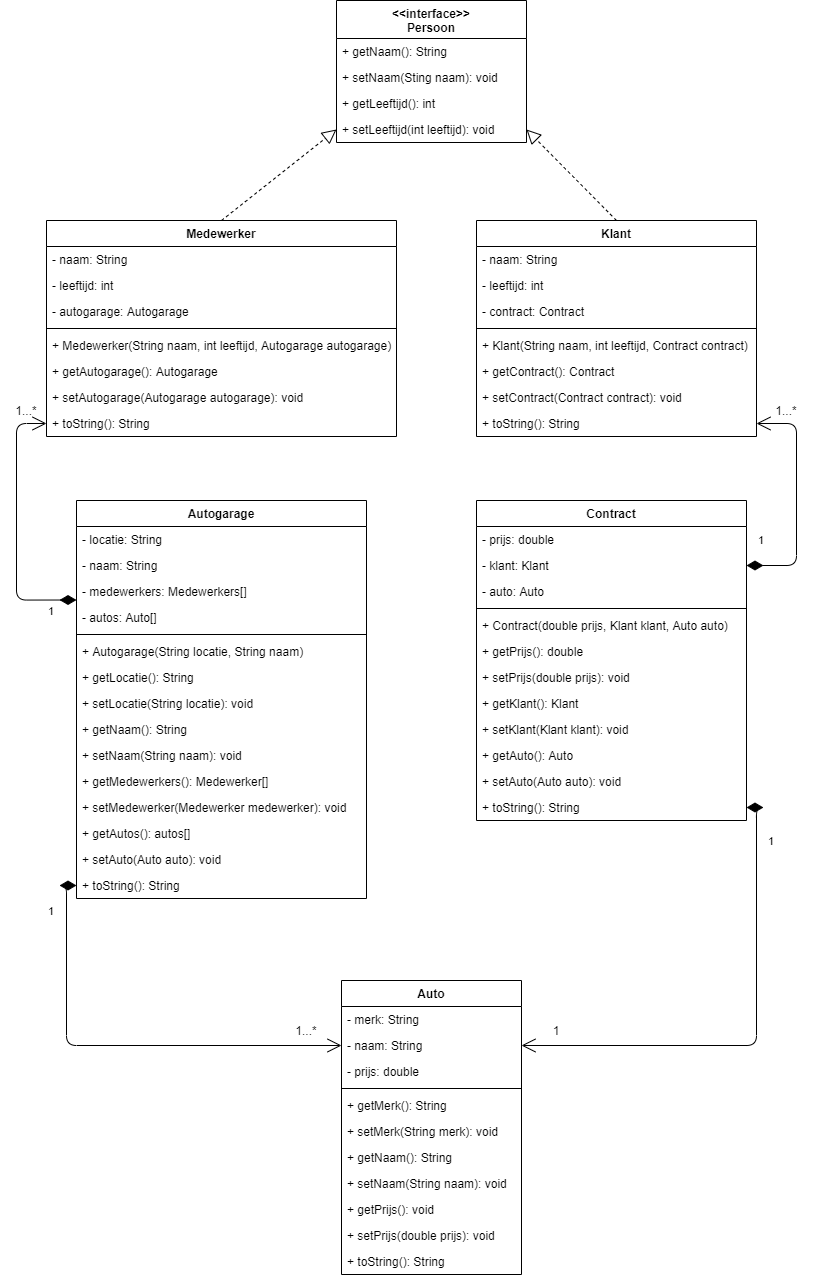
The draw.io diagram DD&I.png in obayy/Adaptive-Programming, before a commit. Source tidied: cells renumbered, new cells last; positions are measured from the earlier drawing's top-left corner, leaving out a move shared by most shapes.
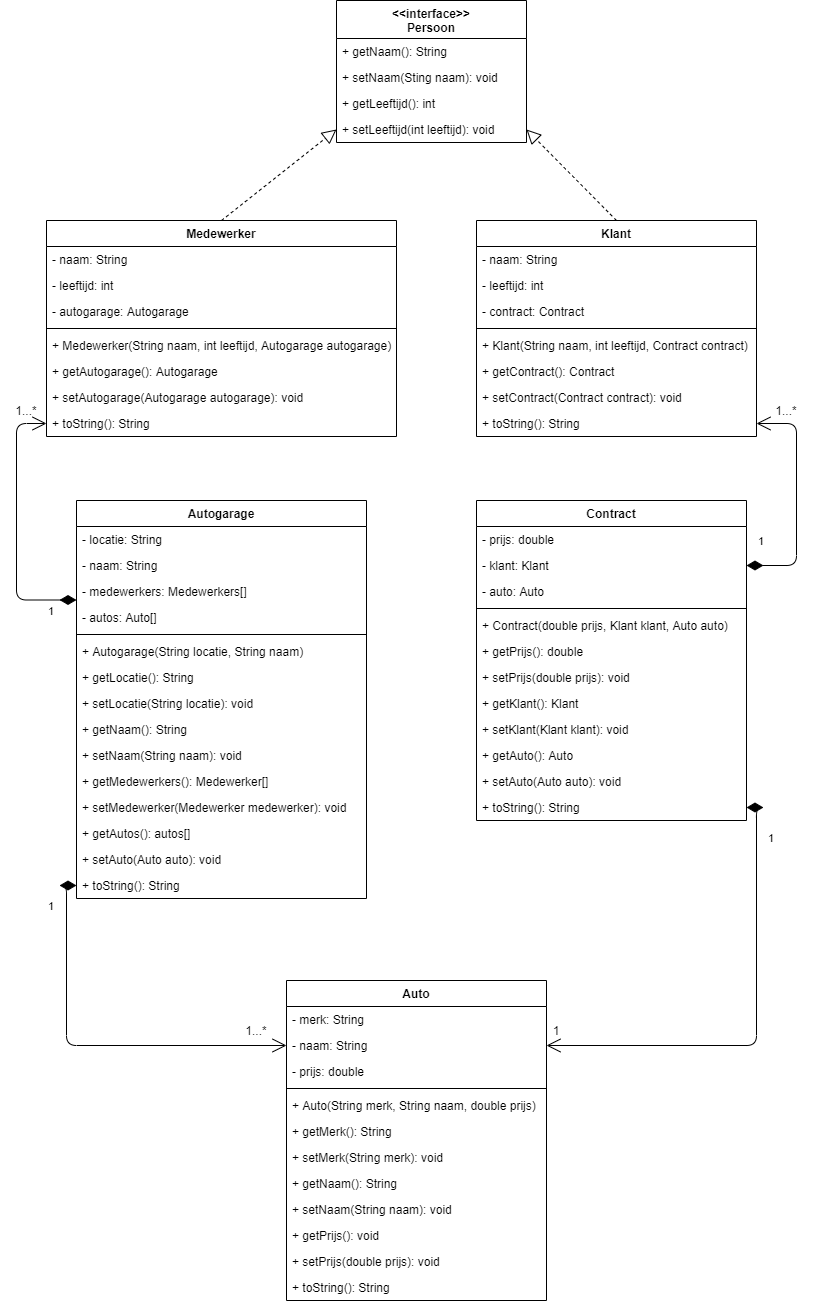
The same file after the commit.

Change to the diagram source:
```diff
@@ -165,40 +165,43 @@
       <mxGeometry y="294" width="270" height="26" as="geometry" />
     </mxCell>
     <mxCell id="56" value="Auto" style="swimlane;fontStyle=1;align=center;verticalAlign=top;horizontal=1;startSize=26;" parent="1" vertex="1">
-      <mxGeometry x="335" y="980" width="180" height="294" as="geometry" />
+      <mxGeometry x="280" y="980" width="260" height="320" as="geometry" />
     </mxCell>
     <mxCell id="57" value="- merk: String" style="text;strokeColor=none;fillColor=none;align=left;verticalAlign=top;spacingLeft=4;spacingRight=4;overflow=hidden;" parent="56" vertex="1">
-      <mxGeometry y="26" width="180" height="26" as="geometry" />
+      <mxGeometry y="26" width="260" height="26" as="geometry" />
     </mxCell>
     <mxCell id="58" value="- naam: String" style="text;strokeColor=none;fillColor=none;align=left;verticalAlign=top;spacingLeft=4;spacingRight=4;overflow=hidden;points=[[0,0.5],[1,0.5]];portConstraint=eastwest;" parent="56" vertex="1">
-      <mxGeometry y="52" width="180" height="26" as="geometry" />
+      <mxGeometry y="52" width="260" height="26" as="geometry" />
     </mxCell>
     <mxCell id="59" value="- prijs: double" style="text;strokeColor=none;fillColor=none;align=left;verticalAlign=top;spacingLeft=4;spacingRight=4;overflow=hidden;" parent="56" vertex="1">
-      <mxGeometry y="78" width="180" height="26" as="geometry" />
+      <mxGeometry y="78" width="260" height="26" as="geometry" />
     </mxCell>
     <mxCell id="60" style="line;strokeWidth=1;fillColor=none;align=left;verticalAlign=middle;spacingTop=-1;spacingLeft=3;spacingRight=3;labelPosition=right;" parent="56" vertex="1">
-      <mxGeometry y="104" width="180" height="8" as="geometry" />
+      <mxGeometry y="104" width="260" height="8" as="geometry" />
     </mxCell>
-    <mxCell id="61" value="+ getMerk(): String" style="text;strokeColor=none;fillColor=none;align=left;verticalAlign=top;spacingLeft=4;spacingRight=4;overflow=hidden;" parent="56" vertex="1">
-      <mxGeometry y="112" width="180" height="26" as="geometry" />
+    <mxCell id="61" value="+ Auto(String merk, String naam, double prijs)" style="text;strokeColor=none;fillColor=none;align=left;verticalAlign=top;spacingLeft=4;spacingRight=4;overflow=hidden;" parent="56" vertex="1">
+      <mxGeometry y="112" width="260" height="26" as="geometry" />
     </mxCell>
+    <mxCell id="76" value="+ getMerk(): String" style="text;strokeColor=none;fillColor=none;align=left;verticalAlign=top;spacingLeft=4;spacingRight=4;overflow=hidden;" parent="56" vertex="1">
+      <mxGeometry y="138" width="260" height="26" as="geometry" />
+    </mxCell>
     <mxCell id="62" value="+ setMerk(String merk): void" style="text;strokeColor=none;fillColor=none;align=left;verticalAlign=top;spacingLeft=4;spacingRight=4;overflow=hidden;" parent="56" vertex="1">
-      <mxGeometry y="138" width="180" height="26" as="geometry" />
+      <mxGeometry y="164" width="260" height="26" as="geometry" />
     </mxCell>
     <mxCell id="63" value="+ getNaam(): String" style="text;strokeColor=none;fillColor=none;align=left;verticalAlign=top;spacingLeft=4;spacingRight=4;overflow=hidden;" parent="56" vertex="1">
-      <mxGeometry y="164" width="180" height="26" as="geometry" />
+      <mxGeometry y="190" width="260" height="26" as="geometry" />
     </mxCell>
     <mxCell id="64" value="+ setNaam(String naam): void" style="text;strokeColor=none;fillColor=none;align=left;verticalAlign=top;spacingLeft=4;spacingRight=4;overflow=hidden;" parent="56" vertex="1">
-      <mxGeometry y="190" width="180" height="26" as="geometry" />
+      <mxGeometry y="216" width="260" height="26" as="geometry" />
     </mxCell>
     <mxCell id="65" value="+ getPrijs(): void" style="text;strokeColor=none;fillColor=none;align=left;verticalAlign=top;spacingLeft=4;spacingRight=4;overflow=hidden;" parent="56" vertex="1">
-      <mxGeometry y="216" width="180" height="26" as="geometry" />
+      <mxGeometry y="242" width="260" height="26" as="geometry" />
     </mxCell>
     <mxCell id="66" value="+ setPrijs(double prijs): void" style="text;strokeColor=none;fillColor=none;align=left;verticalAlign=top;spacingLeft=4;spacingRight=4;overflow=hidden;" parent="56" vertex="1">
-      <mxGeometry y="242" width="180" height="26" as="geometry" />
+      <mxGeometry y="268" width="260" height="26" as="geometry" />
     </mxCell>
     <mxCell id="67" value="+ toString(): String" style="text;strokeColor=none;fillColor=none;align=left;verticalAlign=top;spacingLeft=4;spacingRight=4;overflow=hidden;" parent="56" vertex="1">
-      <mxGeometry y="268" width="180" height="26" as="geometry" />
+      <mxGeometry y="294" width="260" height="26" as="geometry" />
     </mxCell>
     <mxCell id="68" value="1" style="endArrow=open;html=1;endSize=12;startArrow=diamondThin;startSize=14;startFill=1;edgeStyle=orthogonalEdgeStyle;align=left;verticalAlign=bottom;entryX=0;entryY=0.5;entryDx=0;entryDy=0;exitX=0;exitY=0.25;exitDx=0;exitDy=0;" parent="1" edge="1" source="13" target="12">
       <mxGeometry x="-0.77" y="20" relative="1" as="geometry">
@@ -234,7 +237,7 @@
       <mxGeometry x="530" y="1020" width="40" height="20" as="geometry" />
     </mxCell>
     <mxCell id="75" value="1...*" style="text;html=1;strokeColor=none;fillColor=none;align=center;verticalAlign=middle;whiteSpace=wrap;rounded=0;" parent="1" vertex="1">
-      <mxGeometry x="280" y="1020" width="40" height="20" as="geometry" />
+      <mxGeometry x="230" y="1020" width="40" height="20" as="geometry" />
     </mxCell>
   </root>
 </mxGraphModel>
```
